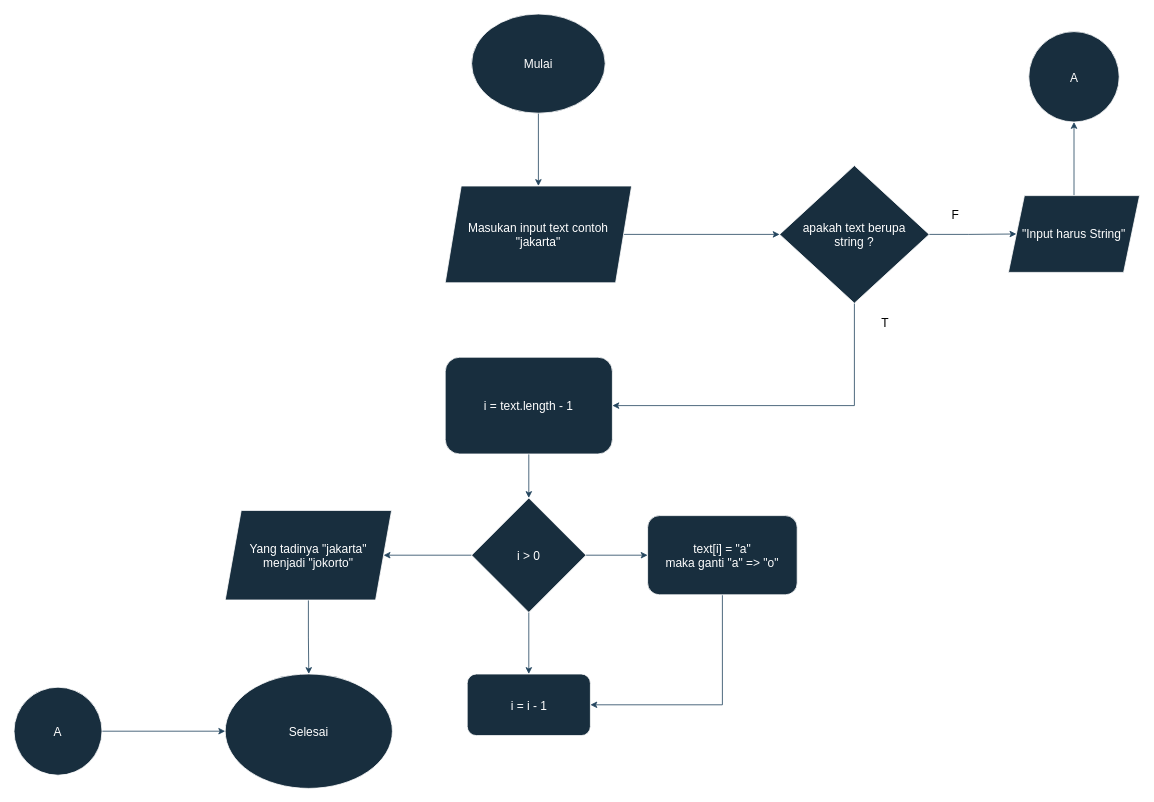
This is flowchart/huruf-konsonan2.drawio from redhadefinto/logic-basic, a draw.io file, before an edit. Source tidied: cells renumbered, new cells numbered last; positions are measured from the earlier drawing's top-left corner, leaving out a move shared by most shapes. Both pictures are drawn from the tidied source at 80%, with x=0, y=0 at pixel (14, 14).
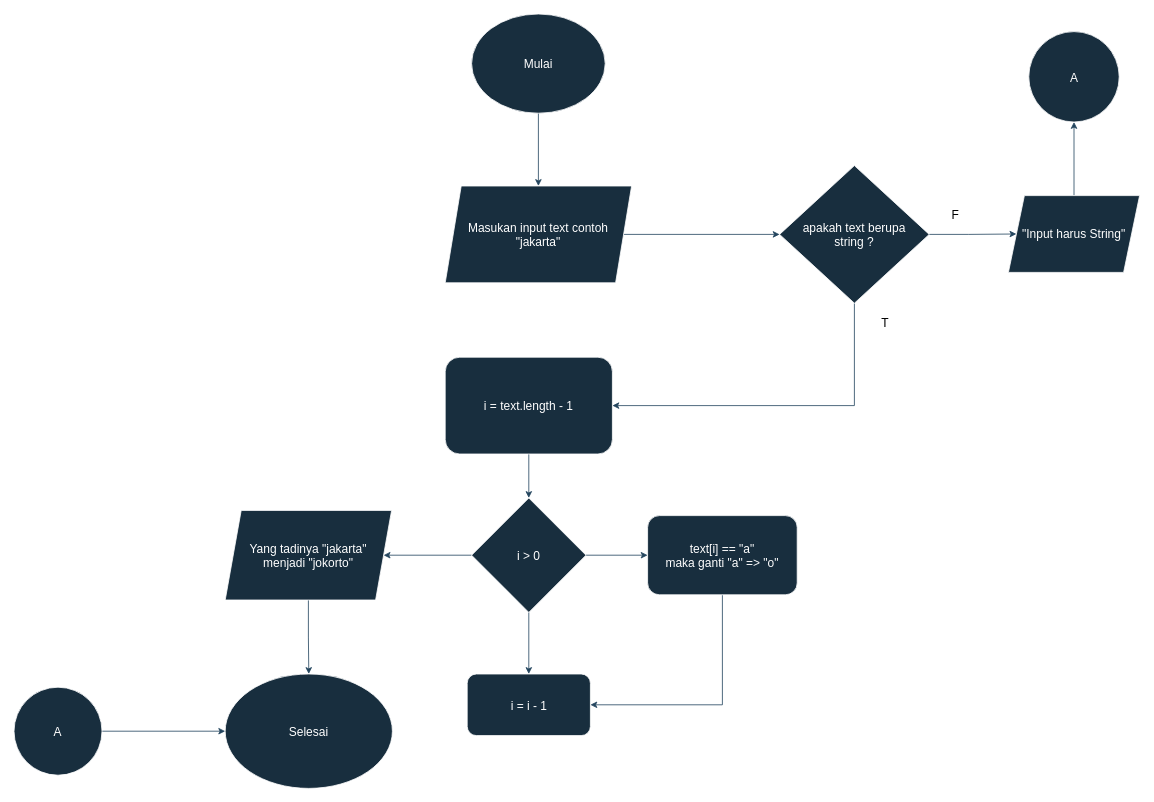
Above is the later version.

What changed in the source:
```diff
@@
-    <mxCell id="17" value="text[i] = &quot;a&quot;&lt;br&gt;maka ganti &quot;a&quot; =&amp;gt; &quot;o&quot;" style="rounded=1;whiteSpace=wrap;html=1;strokeColor=#FFFFFF;fontSize=15;fontColor=#FFFFFF;fillColor=#182E3E;" parent="1" vertex="1">
+    <mxCell id="17" value="text[i] == &quot;a&quot;&lt;br&gt;maka ganti &quot;a&quot; =&amp;gt; &quot;o&quot;" style="rounded=1;whiteSpace=wrap;html=1;strokeColor=#FFFFFF;fontSize=15;fontColor=#FFFFFF;fillColor=#182E3E;" parent="1" vertex="1">
       <mxGeometry x="792" y="627" width="187" height="99" as="geometry" />
     </mxCell>
```
